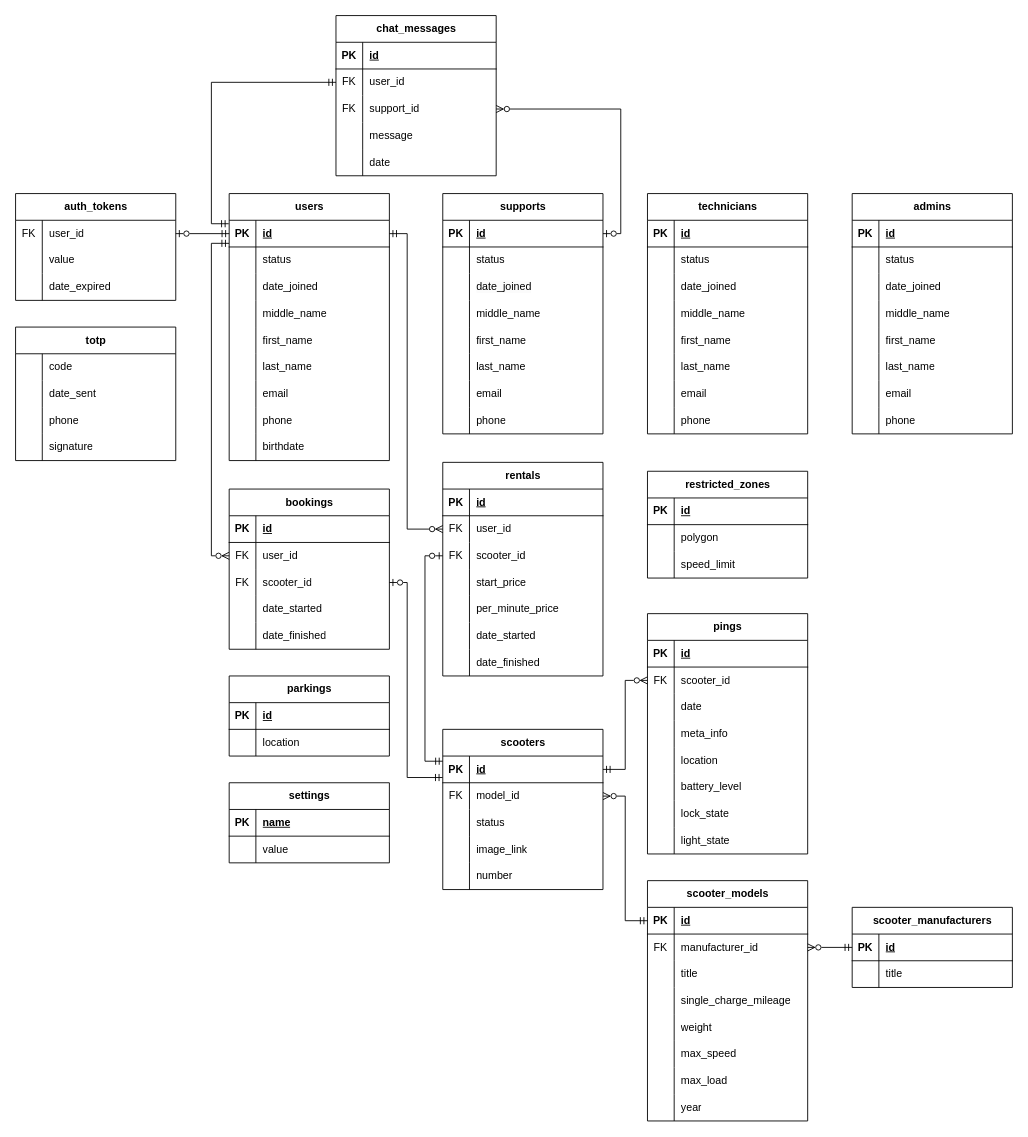
matveycodes/bmstu-db-cw keeps this draw.io diagram as docs/inc/img/db.drawio. Above is the earlier version. Source tidied: cells renumbered, new cells numbered last; positions are measured from the earlier drawing's top-left corner, leaving out a move shared by most shapes. Both pictures are drawn from the tidied source at 89%, with x=0, y=0 at pixel (15, 15).
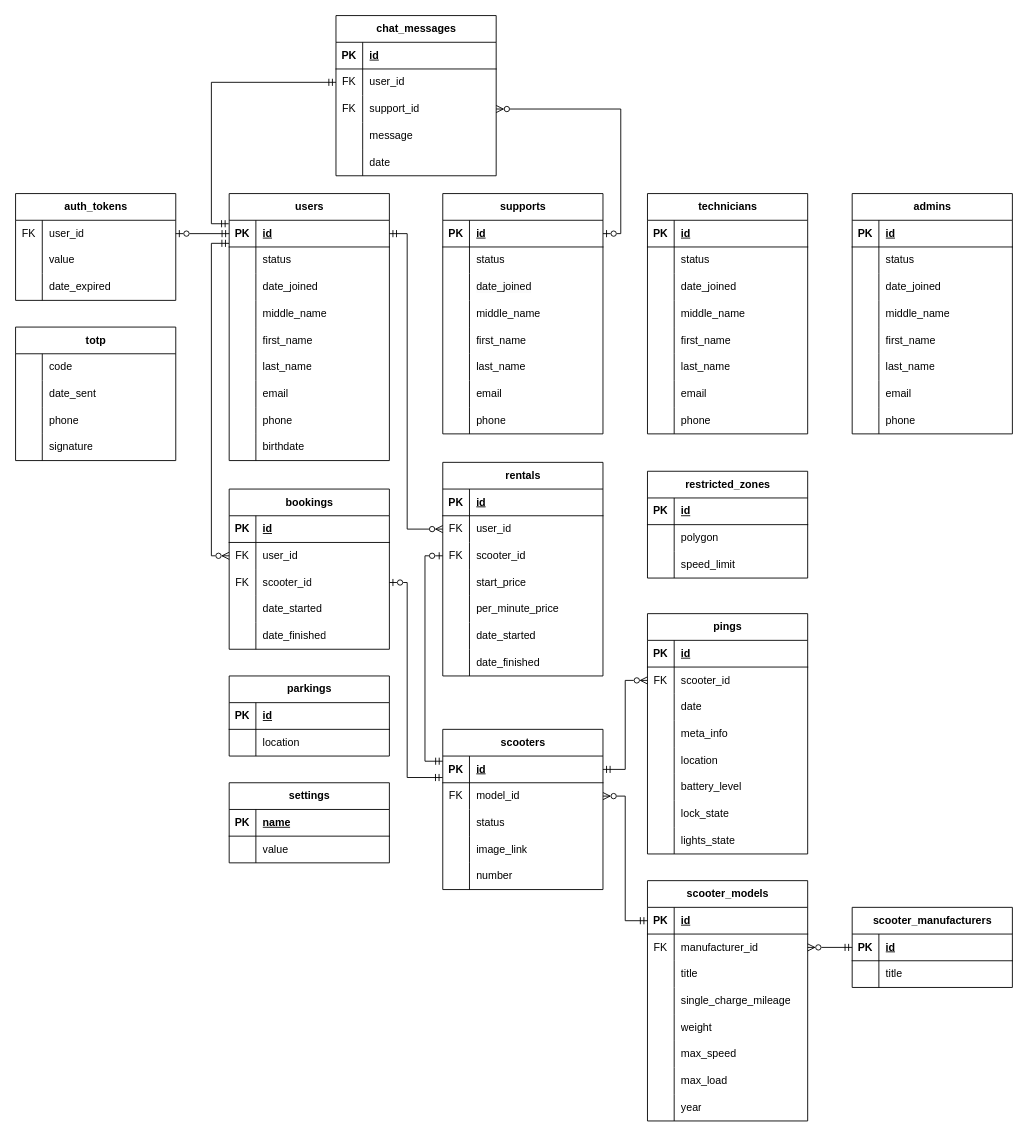
After the change.

Unchanged cells that the change refers to:
```xml
<mxCell id="57" style="shape=tableRow;horizontal=0;startSize=0;swimlaneHead=0;swimlaneBody=0;fillColor=none;top=0;left=0;right=0;bottom=0;" parent="35" vertex="1">
  <mxGeometry y="240" width="180" height="30" as="geometry" />
</mxCell>
```

Change to the diagram source:
```diff
@@
-    <mxCell id="59" value="light_state" style="shape=partialRectangle;fillColor=none;top=0;left=0;bottom=0;right=0;align=left;spacingLeft=6;overflow=hidden;whiteSpace=wrap;html=1;" parent="57" vertex="1">
+    <mxCell id="59" value="lights_state" style="shape=partialRectangle;fillColor=none;top=0;left=0;bottom=0;right=0;align=left;spacingLeft=6;overflow=hidden;whiteSpace=wrap;html=1;" parent="57" vertex="1">
       <mxGeometry x="30" width="150" height="30" as="geometry" />
     </mxCell>
```
